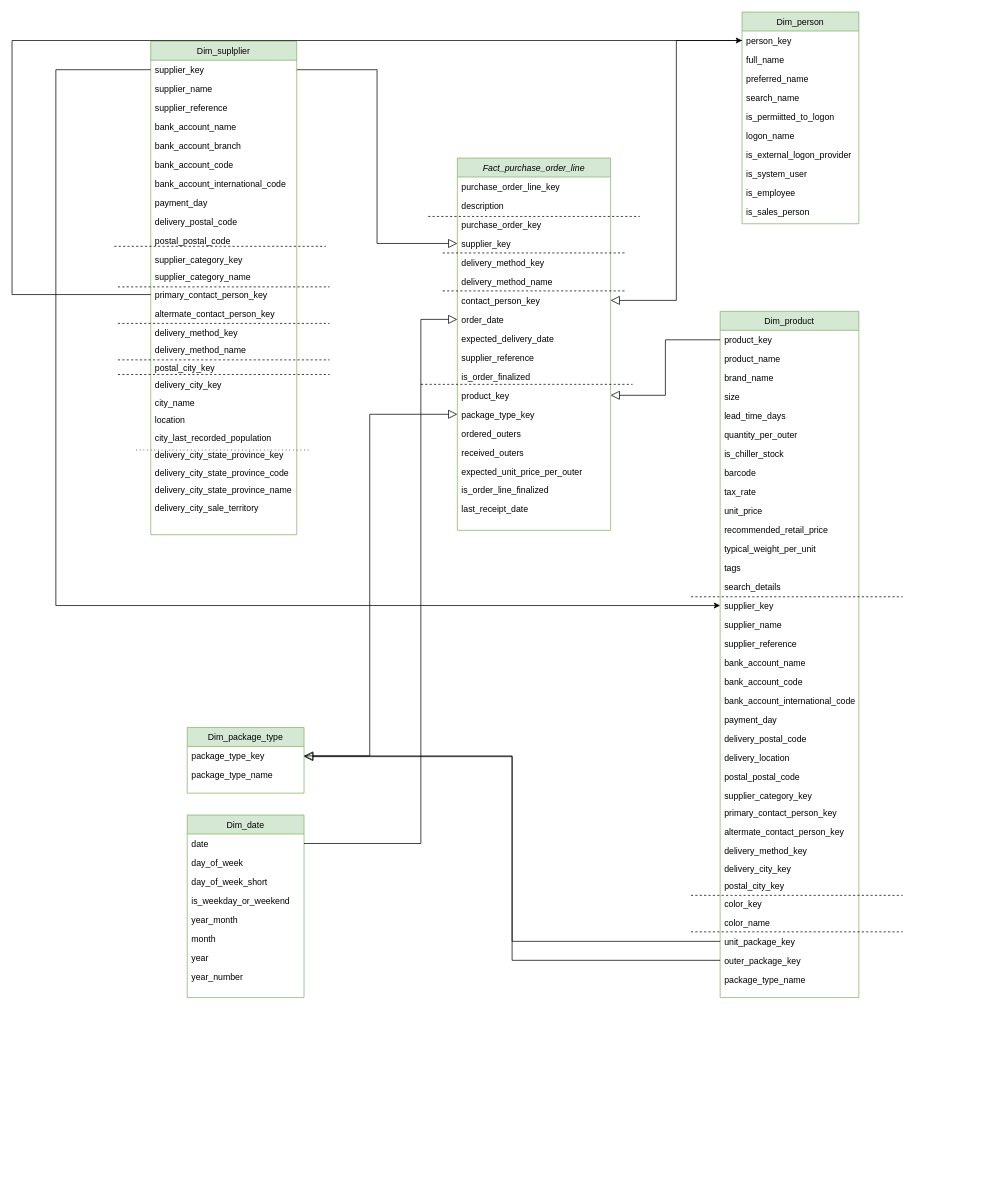
The draw.io diagram Purchase Order.drawio in DucTran3110/data_warehouse_course, before the edit. Source tidied: cells renumbered, new cells numbered last; positions are measured from the earlier drawing's top-left corner, leaving out a move shared by most shapes. Both pictures are drawn from the tidied source at 73%, with x=0, y=0 at pixel (12, 12).
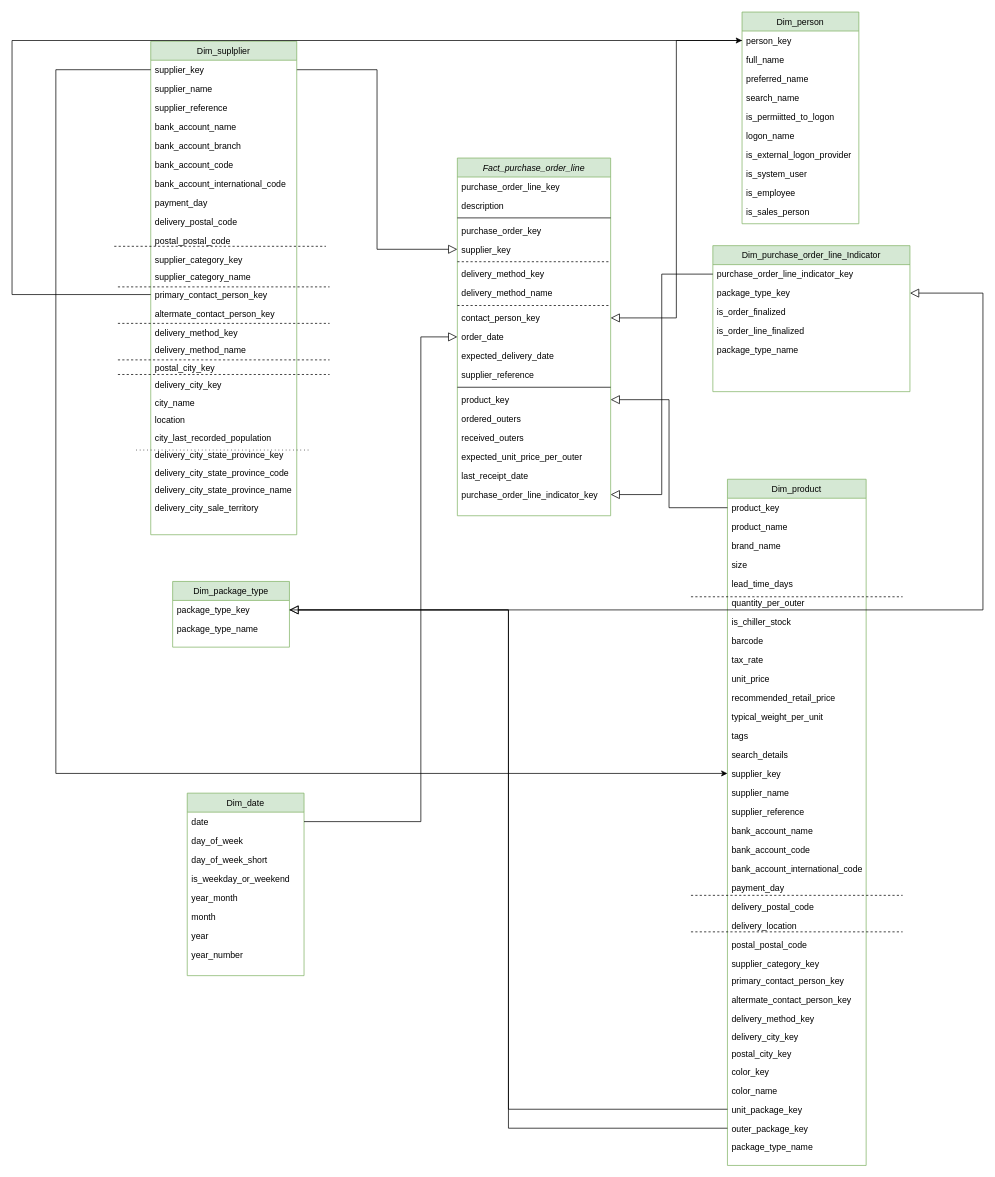
Above is the later version.

Unchanged cells that the change refers to:
```xml
<mxCell id="68" value="outer_package_key" style="text;align=left;verticalAlign=top;spacingLeft=4;spacingRight=4;overflow=hidden;points=[[0,0.5],[1,0.5]];portConstraint=eastwest;" parent="34" vertex="1">
  <mxGeometry y="876" width="190" height="26" as="geometry" />
</mxCell>
<mxCell id="115" value="package_type_key" style="text;align=left;verticalAlign=top;spacingLeft=4;spacingRight=4;overflow=hidden;points=[[0,0.5],[1,0.5]];portConstraint=eastwest;" parent="114" vertex="1">
  <mxGeometry y="26" width="160" height="26" as="geometry" />
</mxCell>
```

Change to the diagram source:
```diff
@@
     <mxCell id="2" value="Fact_purchase_order_line" style="swimlane;fontStyle=2;align=center;verticalAlign=top;horizontal=1;startSize=26;rounded=0;shadow=0;strokeWidth=1;swimlaneLine=1;fillColor=#d5e8d4;strokeColor=#82b366;" parent="1" vertex="1">
-      <mxGeometry x="610" y="200" width="210" height="510" as="geometry" />
+      <mxGeometry x="610" y="200" width="210" height="490" as="geometry" />
     </mxCell>
@@
+    <mxCell id="128" style="line;html=1;strokeWidth=1;align=left;verticalAlign=middle;spacingTop=-1;spacingLeft=3;spacingRight=3;labelPosition=right;" parent="2" vertex="1">
+      <mxGeometry y="78" width="210" height="8" as="geometry" />
+    </mxCell>
     <mxCell id="5" value="purchase_order_key" style="text;align=left;verticalAlign=top;spacingLeft=4;spacingRight=4;overflow=hidden;rounded=0;shadow=0;html=0;" parent="2" vertex="1">
-      <mxGeometry y="78" width="210" height="26" as="geometry" />
+      <mxGeometry y="86" width="210" height="26" as="geometry" />
     </mxCell>
     <mxCell id="6" value="supplier_key" style="text;align=left;verticalAlign=top;spacingLeft=4;spacingRight=4;overflow=hidden;points=[[0,0.5],[1,0.5]];portConstraint=eastwest;rounded=0;shadow=0;html=0;" parent="2" vertex="1">
-      <mxGeometry y="104" width="210" height="26" as="geometry" />
+      <mxGeometry y="112" width="210" height="26" as="geometry" />
     </mxCell>
+    <mxCell id="129" style="line;html=1;strokeWidth=1;align=left;verticalAlign=middle;spacingTop=-1;spacingLeft=3;spacingRight=3;labelPosition=right;dashed=1;" parent="2" vertex="1">
+      <mxGeometry y="138" width="210" height="8" as="geometry" />
+    </mxCell>
     <mxCell id="7" value="delivery_method_key" style="text;align=left;verticalAlign=top;spacingLeft=4;spacingRight=4;overflow=hidden;rounded=0;shadow=0;html=0;" parent="2" vertex="1">
-      <mxGeometry y="130" width="210" height="26" as="geometry" />
+      <mxGeometry y="146" width="210" height="26" as="geometry" />
     </mxCell>
     <mxCell id="8" value="delivery_method_name" style="text;align=left;verticalAlign=top;spacingLeft=4;spacingRight=4;overflow=hidden;rounded=0;shadow=0;html=0;" parent="2" vertex="1">
-      <mxGeometry y="156" width="210" height="26" as="geometry" />
+      <mxGeometry y="172" width="210" height="26" as="geometry" />
     </mxCell>
-    <mxCell id="9" style="endArrow=none;dashed=1;html=1;rounded=0;" parent="2" edge="1">
-      <mxGeometry relative="1" as="geometry">
-        <mxPoint x="-20" y="182" as="sourcePoint" />
-        <mxPoint x="230" y="182" as="targetPoint" />
-      </mxGeometry>
-    </mxCell>
+    <mxCell id="130" style="line;html=1;strokeWidth=1;align=left;verticalAlign=middle;spacingTop=-1;spacingLeft=3;spacingRight=3;labelPosition=right;dashed=1;" parent="2" vertex="1">
+      <mxGeometry y="198" width="210" height="8" as="geometry" />
+    </mxCell>
     <mxCell id="10" value="contact_person_key" style="text;align=left;verticalAlign=top;spacingLeft=4;spacingRight=4;overflow=hidden;points=[[0,0.5],[1,0.5]];portConstraint=eastwest;rounded=0;shadow=0;html=0;" parent="2" vertex="1">
-      <mxGeometry y="182" width="210" height="26" as="geometry" />
+      <mxGeometry y="206" width="210" height="26" as="geometry" />
     </mxCell>
     <mxCell id="11" value="order_date" style="text;align=left;verticalAlign=top;spacingLeft=4;spacingRight=4;overflow=hidden;points=[[0,0.5],[1,0.5]];portConstraint=eastwest;rounded=0;shadow=0;html=0;" parent="2" vertex="1">
-      <mxGeometry y="208" width="210" height="26" as="geometry" />
+      <mxGeometry y="232" width="210" height="26" as="geometry" />
     </mxCell>
     <mxCell id="12" value="expected_delivery_date" style="text;align=left;verticalAlign=top;spacingLeft=4;spacingRight=4;overflow=hidden;rounded=0;shadow=0;html=0;" parent="2" vertex="1">
-      <mxGeometry y="234" width="210" height="26" as="geometry" />
+      <mxGeometry y="258" width="210" height="26" as="geometry" />
     </mxCell>
     <mxCell id="13" value="supplier_reference" style="text;align=left;verticalAlign=top;spacingLeft=4;spacingRight=4;overflow=hidden;rounded=0;shadow=0;html=0;" parent="2" vertex="1">
-      <mxGeometry y="260" width="210" height="26" as="geometry" />
+      <mxGeometry y="284" width="210" height="26" as="geometry" />
     </mxCell>
-    <mxCell id="14" value="is_order_finalized" style="text;align=left;verticalAlign=top;spacingLeft=4;spacingRight=4;overflow=hidden;rounded=0;shadow=0;html=0;" parent="2" vertex="1">
-      <mxGeometry y="286" width="210" height="26" as="geometry" />
-    </mxCell>
+    <mxCell id="131" style="line;html=1;strokeWidth=1;align=left;verticalAlign=middle;spacingTop=-1;spacingLeft=3;spacingRight=3;labelPosition=right;" parent="2" vertex="1">
+      <mxGeometry y="310" width="210" height="8" as="geometry" />
+    </mxCell>
     <mxCell id="15" value="product_key" style="text;align=left;verticalAlign=top;spacingLeft=4;spacingRight=4;overflow=hidden;points=[[0,0.5],[1,0.5]];portConstraint=eastwest;rounded=0;shadow=0;html=0;" parent="2" vertex="1">
-      <mxGeometry y="312" width="210" height="26" as="geometry" />
+      <mxGeometry y="318" width="210" height="26" as="geometry" />
     </mxCell>
-    <mxCell id="16" value="package_type_key" style="text;align=left;verticalAlign=top;spacingLeft=4;spacingRight=4;overflow=hidden;points=[[0,0.5],[1,0.5]];portConstraint=eastwest;rounded=0;shadow=0;html=0;" parent="2" vertex="1">
-      <mxGeometry y="338" width="210" height="26" as="geometry" />
-    </mxCell>
     <mxCell id="17" value="ordered_outers" style="text;align=left;verticalAlign=top;spacingLeft=4;spacingRight=4;overflow=hidden;rounded=0;shadow=0;html=0;" parent="2" vertex="1">
-      <mxGeometry y="364" width="210" height="26" as="geometry" />
+      <mxGeometry y="344" width="210" height="26" as="geometry" />
     </mxCell>
     <mxCell id="18" value="received_outers" style="text;align=left;verticalAlign=top;spacingLeft=4;spacingRight=4;overflow=hidden;rounded=0;shadow=0;html=0;" parent="2" vertex="1">
-      <mxGeometry y="390" width="210" height="26" as="geometry" />
+      <mxGeometry y="370" width="210" height="26" as="geometry" />
     </mxCell>
     <mxCell id="19" value="expected_unit_price_per_outer " style="text;align=left;verticalAlign=top;spacingLeft=4;spacingRight=4;overflow=hidden;rounded=0;shadow=0;html=0;" parent="2" vertex="1">
-      <mxGeometry y="416" width="210" height="26" as="geometry" />
+      <mxGeometry y="396" width="210" height="26" as="geometry" />
     </mxCell>
-    <mxCell id="20" value="is_order_line_finalized" style="text;align=left;verticalAlign=top;spacingLeft=4;spacingRight=4;overflow=hidden;rounded=0;shadow=0;html=0;" parent="2" vertex="1">
-      <mxGeometry y="442" width="210" height="26" as="geometry" />
-    </mxCell>
     <mxCell id="21" value="last_receipt_date" style="text;align=left;verticalAlign=top;spacingLeft=4;spacingRight=4;overflow=hidden;rounded=0;shadow=0;html=0;" parent="2" vertex="1">
-      <mxGeometry y="468" width="210" height="26" as="geometry" />
+      <mxGeometry y="422" width="210" height="26" as="geometry" />
     </mxCell>
+    <mxCell id="132" value="purchase_order_line_indicator_key" style="text;align=left;verticalAlign=top;spacingLeft=4;spacingRight=4;overflow=hidden;points=[[0,0.5],[1,0.5]];portConstraint=eastwest;" parent="2" vertex="1">
+      <mxGeometry y="448" width="210" height="26" as="geometry" />
+    </mxCell>
@@
     <mxCell id="34" value="Dim_product" style="swimlane;fontStyle=0;align=center;verticalAlign=top;horizontal=1;startSize=26;rounded=0;shadow=0;strokeWidth=1;glass=0;sketch=0;fillColor=#d5e8d4;strokeColor=#82b366;" parent="1" vertex="1">
-      <mxGeometry x="970" y="410" width="190" height="940" as="geometry" />
+      <mxGeometry x="980" y="640" width="190" height="940" as="geometry" />
     </mxCell>
@@
     <mxCell id="104" value="Dim_date" style="swimlane;fontStyle=0;align=center;verticalAlign=top;horizontal=1;startSize=26;rounded=0;shadow=0;strokeWidth=1;fillColor=#d5e8d4;strokeColor=#82b366;" parent="1" vertex="1">
-      <mxGeometry x="240" y="1100" width="160" height="250" as="geometry" />
+      <mxGeometry x="240" y="1070" width="160" height="250" as="geometry" />
     </mxCell>
@@
     <mxCell id="114" value="Dim_package_type" style="swimlane;fontStyle=0;align=center;verticalAlign=top;horizontal=1;startSize=26;rounded=0;shadow=0;strokeWidth=1;fillColor=#d5e8d4;strokeColor=#82b366;" parent="1" vertex="1">
-      <mxGeometry x="240" y="980" width="160" height="90" as="geometry" />
+      <mxGeometry x="220" y="780" width="160" height="90" as="geometry" />
     </mxCell>
@@
-    <mxCell id="117" style="endArrow=block;endSize=10;endFill=0;shadow=0;strokeWidth=1;rounded=0;edgeStyle=elbowEdgeStyle;entryX=0;entryY=0.5;entryDx=0;entryDy=0;" parent="1" edge="1" source="115" target="16">
+    <mxCell id="117" style="endArrow=block;endSize=10;endFill=0;shadow=0;strokeWidth=1;rounded=0;edgeStyle=elbowEdgeStyle;entryX=1;entryY=0.5;entryDx=0;entryDy=0;" parent="1" edge="1" source="115" target="16">
       <mxGeometry relative="1" as="geometry">
         <Array as="points">
-          <mxPoint x="490" y="950" />
+          <mxPoint x="1330" y="1070" />
         </Array>
       </mxGeometry>
     </mxCell>
@@
-    <mxCell id="122" style="endArrow=none;dashed=1;html=1;rounded=0;" parent="1" edge="1">
-      <mxGeometry relative="1" as="geometry">
-        <mxPoint x="570" y="280" as="sourcePoint" />
-        <mxPoint x="860" y="280" as="targetPoint" />
-      </mxGeometry>
-    </mxCell>
-    <mxCell id="123" style="endArrow=none;dashed=1;html=1;rounded=0;" parent="1" edge="1">
-      <mxGeometry relative="1" as="geometry">
-        <mxPoint x="560" y="510" as="sourcePoint" />
-        <mxPoint x="850" y="510" as="targetPoint" />
-      </mxGeometry>
-    </mxCell>
@@
-    <mxCell id="125" style="endArrow=block;endSize=10;endFill=0;shadow=0;strokeWidth=1;rounded=0;edgeStyle=elbowEdgeStyle;entryX=1;entryY=0.5;entryDx=0;entryDy=0;exitX=0;exitY=0.5;exitDx=0;exitDy=0;" parent="1" edge="1" source="68">
-      <mxGeometry relative="1" as="geometry">
-        <mxPoint x="400" y="1020" as="targetPoint" />
-      </mxGeometry>
+    <mxCell id="125" style="endArrow=block;endSize=10;endFill=0;shadow=0;strokeWidth=1;rounded=0;edgeStyle=elbowEdgeStyle;exitX=0;exitY=0.5;exitDx=0;exitDy=0;" parent="1" edge="1" source="68" target="115">
+      <mxGeometry relative="1" as="geometry" />
     </mxCell>
-    <mxCell id="126" style="endArrow=none;dashed=1;html=1;rounded=0;" parent="1" edge="1">
-      <mxGeometry relative="1" as="geometry">
-        <mxPoint x="590" y="330" as="sourcePoint" />
-        <mxPoint x="840" y="330" as="targetPoint" />
-      </mxGeometry>
-    </mxCell>
@@
+    <mxCell id="133" value="Dim_purchase_order_line_Indicator" style="swimlane;fontStyle=0;align=center;verticalAlign=top;horizontal=1;startSize=26;rounded=0;shadow=0;strokeWidth=1;fillColor=#d5e8d4;strokeColor=#82b366;" parent="1" vertex="1">
+      <mxGeometry x="960" y="320" width="270" height="200" as="geometry" />
+    </mxCell>
+    <mxCell id="134" value="purchase_order_line_indicator_key" style="text;align=left;verticalAlign=top;spacingLeft=4;spacingRight=4;overflow=hidden;points=[[0,0.5],[1,0.5]];portConstraint=eastwest;" parent="133" vertex="1">
+      <mxGeometry y="26" width="270" height="26" as="geometry" />
+    </mxCell>
+    <mxCell id="16" value="package_type_key" style="text;align=left;verticalAlign=top;spacingLeft=4;spacingRight=4;overflow=hidden;points=[[0,0.5],[1,0.5]];portConstraint=eastwest;rounded=0;shadow=0;html=0;" parent="133" vertex="1">
+      <mxGeometry y="52" width="270" height="26" as="geometry" />
+    </mxCell>
+    <mxCell id="14" value="is_order_finalized" style="text;align=left;verticalAlign=top;spacingLeft=4;spacingRight=4;overflow=hidden;rounded=0;shadow=0;html=0;" parent="133" vertex="1">
+      <mxGeometry y="78" width="270" height="26" as="geometry" />
+    </mxCell>
+    <mxCell id="20" value="is_order_line_finalized" style="text;align=left;verticalAlign=top;spacingLeft=4;spacingRight=4;overflow=hidden;rounded=0;shadow=0;html=0;" parent="133" vertex="1">
+      <mxGeometry y="104" width="270" height="26" as="geometry" />
+    </mxCell>
+    <mxCell id="135" value="package_type_name" style="text;align=left;verticalAlign=top;spacingLeft=4;spacingRight=4;overflow=hidden;" parent="133" vertex="1">
+      <mxGeometry y="130" width="270" height="26" as="geometry" />
+    </mxCell>
+    <mxCell id="136" style="endArrow=block;endSize=10;endFill=0;shadow=0;strokeWidth=1;rounded=0;edgeStyle=elbowEdgeStyle;entryX=1;entryY=0.5;entryDx=0;entryDy=0;exitX=0;exitY=0.5;exitDx=0;exitDy=0;" parent="1" edge="1" source="134" target="132">
+      <mxGeometry relative="1" as="geometry" />
+    </mxCell>
```
